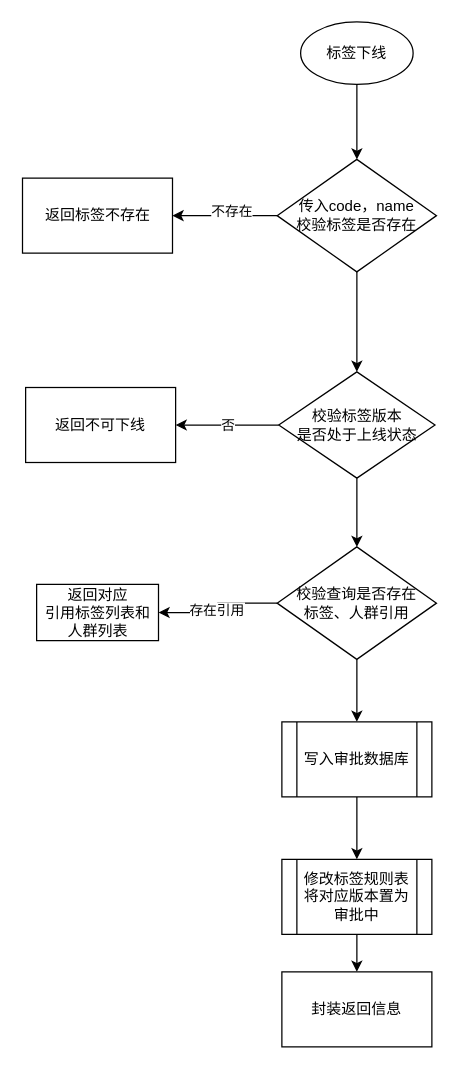
Earlier version of the draw.io diagram 标签下线流程图.drawio (1418956397/JavaWeb-Project-Source-Share). Source tidied: cells renumbered, new cells numbered last; positions are measured from the earlier drawing's top-left corner, leaving out a move shared by most shapes. Both pictures are drawn from the tidied source at 125%, with x=0, y=0 at pixel (22, 21).
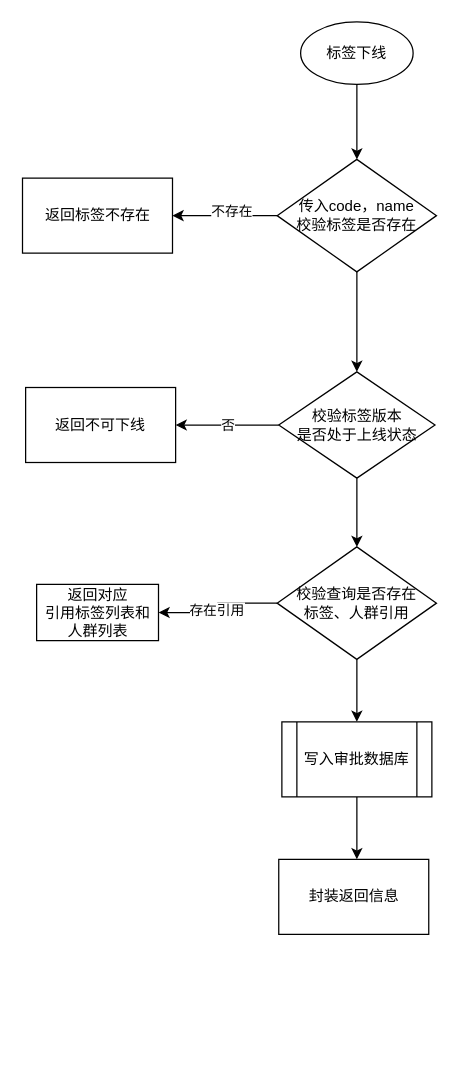
The same diagram, later.

Commit message:
更新标签下线流程图.drawio

Unchanged cells that the change refers to:
```xml
<mxCell id="15" value="写入审批数据库" style="shape=process;whiteSpace=wrap;html=1;backgroundOutline=1;" parent="1" vertex="1">
  <mxGeometry x="207" y="560" width="120" height="60" as="geometry" />
</mxCell>
```

The edit, as a diff of the source:
```diff
@@
-    <mxCell id="14" style="edgeStyle=orthogonalEdgeStyle;rounded=0;jettySize=auto;html=1;" parent="1" edge="1" source="15" target="17">
-      <mxGeometry relative="1" as="geometry" />
+    <mxCell id="14" style="edgeStyle=orthogonalEdgeStyle;rounded=0;jettySize=auto;html=1;" parent="1" edge="1" source="15">
+      <mxGeometry relative="1" as="geometry">
+        <mxPoint x="267" y="670" as="targetPoint" />
+      </mxGeometry>
     </mxCell>
@@
-    <mxCell id="16" style="edgeStyle=orthogonalEdgeStyle;rounded=0;jettySize=auto;html=1;" parent="1" edge="1" source="17">
-      <mxGeometry relative="1" as="geometry">
-        <mxPoint x="267" y="760" as="targetPoint" />
-      </mxGeometry>
-    </mxCell>
-    <mxCell id="17" value="修改标签规则表&lt;div&gt;将对应版本置为&lt;/div&gt;&lt;div&gt;审批中&lt;/div&gt;" style="shape=process;whiteSpace=wrap;html=1;backgroundOutline=1;" parent="1" vertex="1">
-      <mxGeometry x="207" y="670" width="120" height="60" as="geometry" />
-    </mxCell>
@@
     <mxCell id="22" value="封装返回信息" style="whiteSpace=wrap;html=1;" parent="1" vertex="1">
-      <mxGeometry x="207" y="760" width="120" height="60" as="geometry" />
+      <mxGeometry x="204.5" y="670" width="120" height="60" as="geometry" />
     </mxCell>
```
